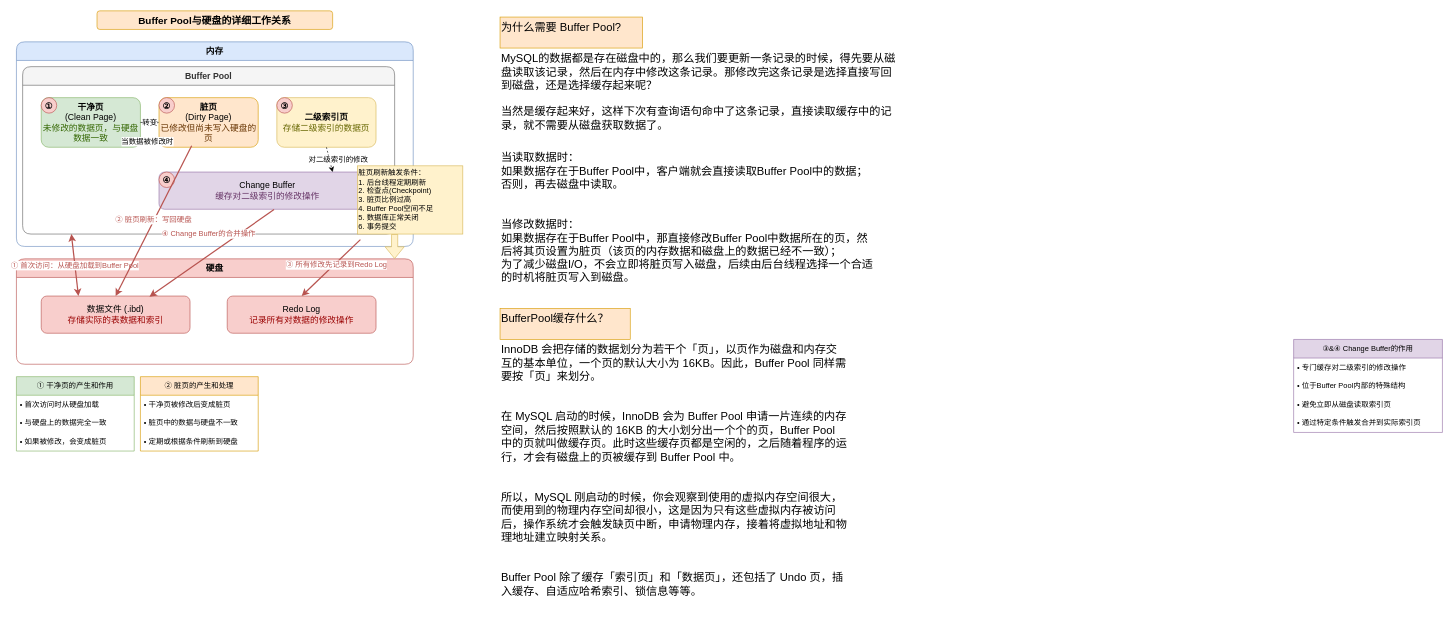
Above: page "Buffer Pool与硬盘的详细工作关系" (3 of 7) of mysql/innodb存储结构.drawio in lanendiencgr2002/drawio_photos (draw.io), before the change. Source tidied: cells renumbered, new cells numbered last; positions are measured from the earlier drawing's top-left corner, leaving out a move shared by most shapes. Both pictures are drawn from the tidied source at 62%, with x=0, y=0 at pixel (16, 11).
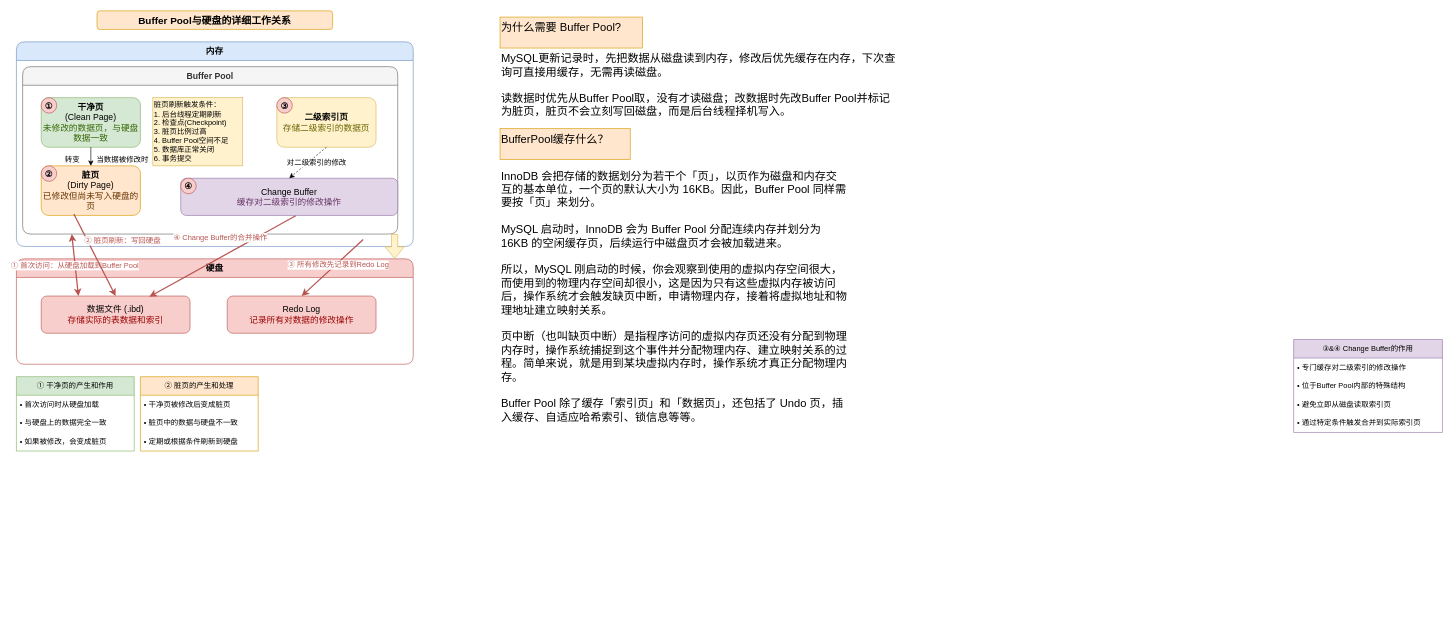
The same diagram, later.

The change refers to these unchanged cells:
```xml
<mxCell id="2" style="group;" parent="1" vertex="1">
  <mxGeometry width="720" height="740" as="geometry" />
</mxCell>
<mxCell id="4" value="内存" style="swimlane;whiteSpace=wrap;html=1;startSize=30;fillColor=#dae8fc;strokeColor=#6c8ebf;rounded=1;fontSize=14;" parent="2" vertex="1">
  <mxGeometry y="50" width="640" height="330" as="geometry" />
</mxCell>
<mxCell id="6" value="&lt;b&gt;干净页&lt;/b&gt;&lt;br&gt;(Clean Page)&lt;br&gt;&lt;font color=&quot;#336600&quot;&gt;未修改的数据页，与硬盘数据一致&lt;/font&gt;" style="rounded=1;whiteSpace=wrap;html=1;fillColor=#d5e8d4;strokeColor=#82b366;fontSize=14;" parent="5" vertex="1">
  <mxGeometry x="30" y="50" width="160" height="80" as="geometry" />
</mxCell>
<mxCell id="8" value="&lt;b&gt;二级索引页&lt;/b&gt;&lt;br&gt;&lt;font color=&quot;#666600&quot;&gt;存储二级索引的数据页&lt;/font&gt;" style="rounded=1;whiteSpace=wrap;html=1;fillColor=#fff2cc;strokeColor=#d6b656;fontSize=14;" parent="5" vertex="1">
  <mxGeometry x="410" y="50" width="160" height="80" as="geometry" />
</mxCell>
<mxCell id="23" style="endArrow=classic;html=1;rounded=0;exitX=0.329;exitY=0.97;exitDx=0;exitDy=0;fillColor=#f8cecc;strokeColor=#B85450;strokeWidth=2;fontSize=12;entryX=0.5;entryY=0;entryDx=0;entryDy=0;exitPerimeter=0;" parent="2" edge="1" source="7" target="19">
  <mxGeometry relative="1" as="geometry" />
</mxCell>
```

Diff of the diagram source:
```diff
@@
     <mxCell id="5" value="Buffer Pool" style="swimlane;whiteSpace=wrap;html=1;startSize=30;fillColor=#f5f5f5;strokeColor=#666666;fontColor=#333333;rounded=1;fontSize=14;" parent="4" vertex="1">
-      <mxGeometry x="10" y="40" width="600" height="270" as="geometry" />
+      <mxGeometry x="10" y="40" width="605" height="270" as="geometry" />
     </mxCell>
@@
     <mxCell id="7" value="&lt;b&gt;脏页&lt;/b&gt;&lt;br&gt;(Dirty Page)&lt;br&gt;&lt;font color=&quot;#663300&quot;&gt;已修改但尚未写入硬盘的页&lt;/font&gt;" style="rounded=1;whiteSpace=wrap;html=1;fillColor=#ffe6cc;strokeColor=#d79b00;fontSize=14;" parent="5" vertex="1">
-      <mxGeometry x="220" y="50" width="160" height="80" as="geometry" />
+      <mxGeometry x="30" y="160" width="160" height="80" as="geometry" />
     </mxCell>
@@
     <mxCell id="9" value="Change Buffer&lt;br&gt;&lt;font color=&quot;#663366&quot;&gt;缓存对二级索引的修改操作&lt;/font&gt;" style="rounded=1;whiteSpace=wrap;html=1;fillColor=#e1d5e7;strokeColor=#9673a6;fontSize=14;" parent="5" vertex="1">
-      <mxGeometry x="220" y="170" width="350" height="60" as="geometry" />
+      <mxGeometry x="255" y="180" width="350" height="60" as="geometry" />
     </mxCell>
-    <mxCell id="10" style="endArrow=classic;html=1;rounded=0;exitX=0.5;exitY=1;exitDx=0;exitDy=0;entryX=0.8;entryY=0;entryDx=0;entryDy=0;dashed=1;fontSize=12;entryPerimeter=0;" parent="5" edge="1" source="8" target="9">
+    <mxCell id="10" style="endArrow=classic;html=1;rounded=0;exitX=0.5;exitY=1;exitDx=0;exitDy=0;dashed=1;fontSize=12;entryX=0.5;entryY=0;entryDx=0;entryDy=0;" parent="5" edge="1" source="8" target="9">
       <mxGeometry relative="1" as="geometry" />
     </mxCell>
@@
-    <mxCell id="12" value="转变" style="endArrow=classic;html=1;rounded=0;exitX=1;exitY=0.5;exitDx=0;exitDy=0;entryX=0;entryY=0.5;entryDx=0;entryDy=0;fontSize=12;" parent="5" edge="1" source="6" target="7">
-      <mxGeometry relative="1" as="geometry" />
+    <mxCell id="12" value="转变" style="endArrow=classic;html=1;rounded=0;exitX=0.5;exitY=1;exitDx=0;exitDy=0;fontSize=12;" parent="5" edge="1" source="6" target="7">
+      <mxGeometry x="0.33" y="-30" relative="1" as="geometry" />
     </mxCell>
     <mxCell id="13" value="当数据被修改时" style="edgeLabel;html=1;align=center;verticalAlign=middle;fontSize=12;" parent="12" vertex="1">
       <mxGeometry x="-0.21" y="1" relative="1" as="geometry">
-        <mxPoint x="-2" y="31" as="offset" />
+        <mxPoint x="49" y="8" as="offset" />
       </mxGeometry>
     </mxCell>
@@
     <mxCell id="15" value="②" style="ellipse;whiteSpace=wrap;html=1;fillColor=#f8cecc;strokeColor=#b85450;fontSize=14;fontStyle=1;" parent="5" vertex="1">
-      <mxGeometry x="220" y="50" width="25" height="25" as="geometry" />
+      <mxGeometry x="30" y="160" width="25" height="25" as="geometry" />
     </mxCell>
@@
     <mxCell id="17" value="④" style="ellipse;whiteSpace=wrap;html=1;fillColor=#f8cecc;strokeColor=#b85450;fontSize=14;fontStyle=1;" parent="5" vertex="1">
-      <mxGeometry x="220" y="170" width="25" height="25" as="geometry" />
+      <mxGeometry x="255" y="180" width="25" height="25" as="geometry" />
     </mxCell>
+    <mxCell id="28" value="脏页刷新触发条件：&lt;br&gt;1. 后台线程定期刷新&lt;br&gt;2. 检查点(Checkpoint)&lt;br&gt;3. 脏页比例过高&lt;br&gt;4. Buffer Pool空间不足&lt;br&gt;5. 数据库正常关闭&lt;br&gt;6. 事务提交" style="text;html=1;strokeColor=#d6b656;fillColor=#fff2cc;align=left;verticalAlign=middle;whiteSpace=wrap;rounded=0;fontSize=12;" parent="5" vertex="1">
+      <mxGeometry x="210" y="50" width="145" height="110" as="geometry" />
+    </mxCell>
@@
     <mxCell id="24" value="② 脏页刷新：写回硬盘" style="edgeLabel;html=1;align=center;verticalAlign=middle;fontSize=12;fontColor=#B85450;" parent="23" vertex="1">
       <mxGeometry x="0.12" y="-1" relative="1" as="geometry">
-        <mxPoint x="7" y="-16" as="offset" />
+        <mxPoint x="41" y="-32" as="offset" />
       </mxGeometry>
     </mxCell>
@@
-    <mxCell id="28" value="脏页刷新触发条件：&lt;br&gt;1. 后台线程定期刷新&lt;br&gt;2. 检查点(Checkpoint)&lt;br&gt;3. 脏页比例过高&lt;br&gt;4. Buffer Pool空间不足&lt;br&gt;5. 数据库正常关闭&lt;br&gt;6. 事务提交" style="text;html=1;strokeColor=#d6b656;fillColor=#fff2cc;align=left;verticalAlign=middle;whiteSpace=wrap;rounded=0;fontSize=12;" parent="2" vertex="1">
-      <mxGeometry x="550" y="250" width="170" height="110" as="geometry" />
-    </mxCell>
@@
-    <mxCell id="44" value="MySQL的数据都是存在磁盘中的，那么我们要更新一条记录的时候，得先要从磁盘读取该记录，然后在内存中修改这条记录。那修改完这条记录是选择直接写回到磁盘，还是选择缓存起来呢？&#10;&#10;当然是缓存起来好，这样下次有查询语句命中了这条记录，直接读取缓存中的记录，就不需要从磁盘获取数据了。" style="text;whiteSpace=wrap;fontSize=18;" parent="1" vertex="1">
+    <mxCell id="44" value="MySQL更新记录时，先把数据从磁盘读到内存，修改后优先缓存在内存，下次查询可直接用缓存，无需再读磁盘。&#10;&#10;读数据时优先从Buffer Pool取，没有才读磁盘；改数据时先改Buffer Pool并标记为脏页，脏页不会立刻写回磁盘，而是后台线程择机写入。&#10;" style="text;whiteSpace=wrap;fontSize=18;" parent="1" vertex="1">
       <mxGeometry x="780" y="60" width="640" height="160" as="geometry" />
     </mxCell>
-    <mxCell id="45" value="当读取数据时：&#10;如果数据存在于Buffer Pool中，客户端就会直接读取Buffer Pool中的数据；&#10;否则，再去磁盘中读取。&#10;&#10;&#10;当修改数据时：&#10;如果数据存在于Buffer Pool中，那直接修改Buffer Pool中数据所在的页，然后将其页设置为脏页（该页的内存数据和磁盘上的数据已经不一致）；&#10;为了减少磁盘I/O，不会立即将脏页写入磁盘，后续由后台线程选择一个合适的时机将脏页写入到磁盘。" style="text;whiteSpace=wrap;fontSize=18;" parent="1" vertex="1">
-      <mxGeometry x="780" y="220" width="610" height="215" as="geometry" />
-    </mxCell>
     <mxCell id="46" value="BufferPool缓存什么？" style="text;whiteSpace=wrap;fontSize=18;fillColor=#ffe6cc;strokeColor=#d79b00;" parent="1" vertex="1">
-      <mxGeometry x="780" y="480" width="210" height="50" as="geometry" />
+      <mxGeometry x="780" y="190" width="210" height="50" as="geometry" />
     </mxCell>
@@
-    <mxCell id="48" value="InnoDB 会把存储的数据划分为若干个「页」，以页作为磁盘和内存交互的基本单位，一个页的默认大小为 16KB。因此，Buffer Pool 同样需要按「页」来划分。&#10;&#10;&#10;在 MySQL 启动的时候，InnoDB 会为 Buffer Pool 申请一片连续的内存空间，然后按照默认的 16KB 的大小划分出一个个的页，Buffer Pool 中的页就叫做缓存页。此时这些缓存页都是空闲的，之后随着程序的运行，才会有磁盘上的页被缓存到 Buffer Pool 中。&#10;&#10;&#10;所以，MySQL 刚启动的时候，你会观察到使用的虚拟内存空间很大，而使用到的物理内存空间却很小，这是因为只有这些虚拟内存被访问后，操作系统才会触发缺页中断，申请物理内存，接着将虚拟地址和物理地址建立映射关系。&#10;&#10;&#10;Buffer Pool 除了缓存「索引页」和「数据页」，还包括了 Undo 页，插入缓存、自适应哈希索引、锁信息等等。" style="text;whiteSpace=wrap;fontSize=18;" parent="1" vertex="1">
-      <mxGeometry x="780" y="530" width="560" height="460" as="geometry" />
+    <mxCell id="48" value="InnoDB 会把存储的数据划分为若干个「页」，以页作为磁盘和内存交互的基本单位，一个页的默认大小为 16KB。因此，Buffer Pool 同样需要按「页」来划分。&#10;&#10;MySQL 启动时，InnoDB 会为 Buffer Pool 分配连续内存并划分为 16KB 的空闲缓存页，后续运行中磁盘页才会被加载进来。&#10;&#10;所以，MySQL 刚启动的时候，你会观察到使用的虚拟内存空间很大，而使用到的物理内存空间却很小，这是因为只有这些虚拟内存被访问后，操作系统才会触发缺页中断，申请物理内存，接着将虚拟地址和物理地址建立映射关系。&#10;&#10;页中断（也叫缺页中断）是指程序访问的虚拟内存页还没有分配到物理内存时，操作系统捕捉到这个事件并分配物理内存、建立映射关系的过程。简单来说，就是用到某块虚拟内存时，操作系统才真正分配物理内存。&#10;&#10;Buffer Pool 除了缓存「索引页」和「数据页」，还包括了 Undo 页，插入缓存、自适应哈希索引、锁信息等等。" style="text;whiteSpace=wrap;fontSize=18;" parent="1" vertex="1">
+      <mxGeometry x="780" y="250" width="560" height="380" as="geometry" />
     </mxCell>
```
